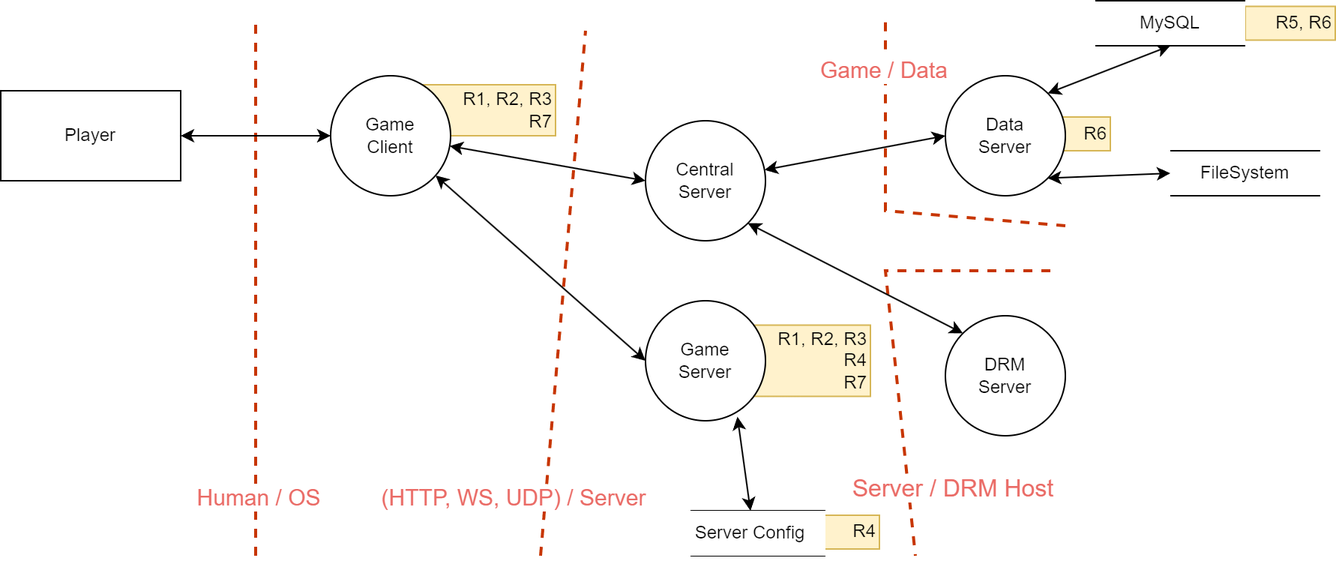
Earlier version of the draw.io export fps/dfd_with_resources.drawio.png (magley/game-threat-model). Source tidied: cells renumbered, new cells last; positions are measured from the earlier drawing's top-left corner, leaving out a move shared by most shapes.
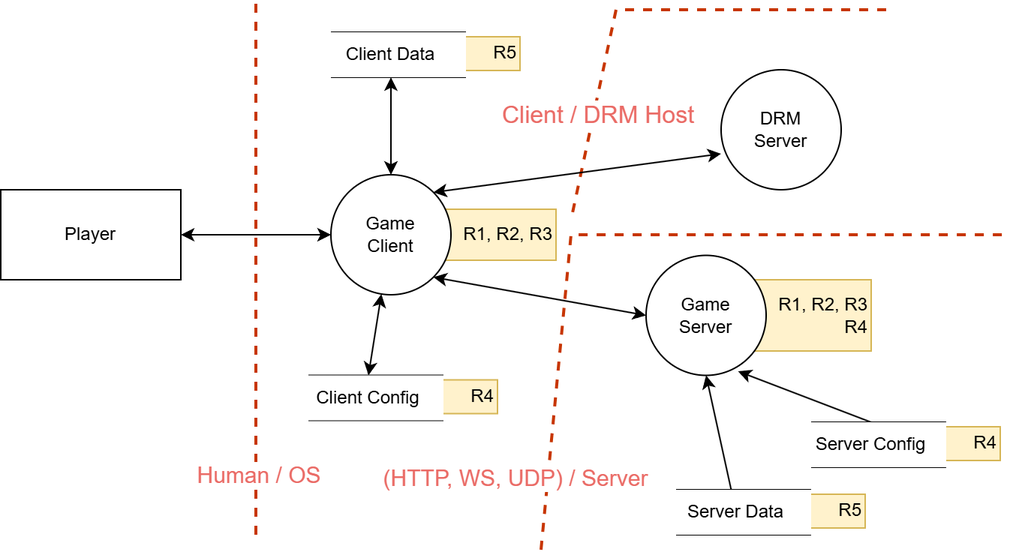
Later version of the same file.

The edit, as a diff of the source:
```diff
@@ -2,166 +2,147 @@
   <root>
     <mxCell id="0" />
     <mxCell id="1" parent="0" />
-    <mxCell id="2" value="&lt;div&gt;R6&lt;/div&gt;" style="rounded=0;whiteSpace=wrap;html=1;align=right;fillColor=#fff2cc;strokeColor=#d6b656;" parent="1" vertex="1">
-      <mxGeometry x="680" y="77.5" width="60" height="22.5" as="geometry" />
+    <mxCell id="2" value="R1, R2, R3" style="rounded=0;whiteSpace=wrap;html=1;align=right;fillColor=#fff2cc;strokeColor=#d6b656;direction=east;" parent="1" vertex="1">
+      <mxGeometry x="280" y="153" width="90" height="34" as="geometry" />
     </mxCell>
-    <mxCell id="3" value="&lt;div&gt;R5, R6&lt;/div&gt;" style="rounded=0;whiteSpace=wrap;html=1;align=right;fillColor=#fff2cc;strokeColor=#d6b656;" parent="1" vertex="1">
-      <mxGeometry x="830" y="3.8" width="60" height="22.5" as="geometry" />
+    <mxCell id="3" value="R1, R2, R3&lt;div&gt;R4&lt;/div&gt;" style="rounded=0;whiteSpace=wrap;html=1;align=right;fillColor=#fff2cc;strokeColor=#d6b656;" parent="1" vertex="1">
+      <mxGeometry x="490" y="200" width="90" height="47.5" as="geometry" />
     </mxCell>
-    <mxCell id="4" value="R1, R2, R3&lt;div&gt;R7&lt;/div&gt;" style="rounded=0;whiteSpace=wrap;html=1;align=right;fillColor=#fff2cc;strokeColor=#d6b656;direction=east;" parent="1" vertex="1">
-      <mxGeometry x="280" y="56" width="90" height="34" as="geometry" />
+    <mxCell id="4" style="endArrow=none;dashed=1;html=1;strokeWidth=2;rounded=0;fillColor=#fa6800;strokeColor=#C73500;" parent="1" edge="1">
+      <mxGeometry relative="1" as="geometry">
+        <mxPoint x="590" y="20" as="sourcePoint" />
+        <mxPoint x="380" y="160" as="targetPoint" />
+        <Array as="points">
+          <mxPoint x="410" y="20" />
+        </Array>
+      </mxGeometry>
     </mxCell>
-    <mxCell id="5" value="R1, R2, R3&lt;div&gt;R4&lt;/div&gt;&lt;div&gt;R7&lt;/div&gt;" style="rounded=0;whiteSpace=wrap;html=1;align=right;fillColor=#fff2cc;strokeColor=#d6b656;" parent="1" vertex="1">
-      <mxGeometry x="490" y="216.2" width="90" height="47.5" as="geometry" />
+    <mxCell id="5" value="&lt;font color=&quot;#ea6b66&quot; style=&quot;font-size: 16px;&quot;&gt;Client / DRM Host&lt;/font&gt;" style="edgeLabel;html=1;align=center;verticalAlign=middle;" parent="4" vertex="1">
+      <mxGeometry x="0.47" relative="1" as="geometry">
+        <mxPoint y="13" as="offset" />
+      </mxGeometry>
     </mxCell>
     <mxCell id="6" style="endArrow=none;dashed=1;html=1;strokeWidth=2;rounded=0;fillColor=#fa6800;strokeColor=#C73500;" parent="1" edge="1">
       <mxGeometry relative="1" as="geometry">
-        <mxPoint x="700" y="180" as="sourcePoint" />
-        <mxPoint x="610" y="370" as="targetPoint" />
-        <Array as="points">
-          <mxPoint x="590" y="180" />
-        </Array>
+        <mxPoint x="170" y="370" as="sourcePoint" />
+        <mxPoint x="170" y="15" as="targetPoint" />
       </mxGeometry>
     </mxCell>
-    <mxCell id="7" value="&lt;font color=&quot;#ea6b66&quot; style=&quot;font-size: 16px;&quot;&gt;Server / DRM Host&lt;/font&gt;" style="edgeLabel;html=1;align=center;verticalAlign=middle;" parent="6" vertex="1">
-      <mxGeometry x="0.47" relative="1" as="geometry">
-        <mxPoint x="33" y="33" as="offset" />
+    <mxCell id="7" value="&lt;font style=&quot;font-size: 15px;&quot; color=&quot;#ea6b66&quot;&gt;Human / OS&lt;/font&gt;" style="edgeLabel;html=1;align=center;verticalAlign=middle;" parent="6" vertex="1">
+      <mxGeometry x="-0.81" y="-1" relative="1" as="geometry">
+        <mxPoint y="-7" as="offset" />
       </mxGeometry>
     </mxCell>
     <mxCell id="8" style="endArrow=none;dashed=1;html=1;strokeWidth=2;rounded=0;fillColor=#fa6800;strokeColor=#C73500;" parent="1" edge="1">
       <mxGeometry relative="1" as="geometry">
-        <mxPoint x="710" y="150" as="sourcePoint" />
-        <mxPoint x="590" y="10" as="targetPoint" />
+        <mxPoint x="360" y="380" as="sourcePoint" />
+        <mxPoint x="670" y="170" as="targetPoint" />
         <Array as="points">
-          <mxPoint x="590" y="140" />
+          <mxPoint x="380" y="170" />
         </Array>
       </mxGeometry>
     </mxCell>
-    <mxCell id="9" value="&lt;font style=&quot;font-size: 15px;&quot; color=&quot;#ea6b66&quot;&gt;Game / Data&lt;/font&gt;" style="edgeLabel;html=1;align=center;verticalAlign=middle;" parent="8" vertex="1">
-      <mxGeometry x="0.71" y="2" relative="1" as="geometry">
-        <mxPoint y="-1" as="offset" />
+    <mxCell id="9" value="&lt;font style=&quot;font-size: 15px;&quot; color=&quot;#ea6b66&quot;&gt;(HTTP, WS, UDP) / Server&lt;/font&gt;" style="edgeLabel;html=1;align=center;verticalAlign=middle;" parent="8" vertex="1">
+      <mxGeometry x="-0.88" y="-1" relative="1" as="geometry">
+        <mxPoint x="-21" y="-20" as="offset" />
       </mxGeometry>
     </mxCell>
-    <mxCell id="10" style="endArrow=none;dashed=1;html=1;strokeWidth=2;rounded=0;fillColor=#fa6800;strokeColor=#C73500;" parent="1" edge="1">
-      <mxGeometry relative="1" as="geometry">
-        <mxPoint x="170" y="370" as="sourcePoint" />
-        <mxPoint x="170" y="15" as="targetPoint" />
-      </mxGeometry>
+    <mxCell id="10" style="rounded=0;jettySize=auto;html=1;entryX=0;entryY=0.5;entryDx=0;entryDy=0;startArrow=classic;startFill=1;exitX=1;exitY=1;exitDx=0;exitDy=0;" parent="1" edge="1" source="13" target="17">
+      <mxGeometry relative="1" as="geometry" />
     </mxCell>
-    <mxCell id="11" value="&lt;font style=&quot;font-size: 15px;&quot; color=&quot;#ea6b66&quot;&gt;Human / OS&lt;/font&gt;" style="edgeLabel;html=1;align=center;verticalAlign=middle;" parent="10" vertex="1">
-      <mxGeometry x="-0.81" y="-1" relative="1" as="geometry">
-        <mxPoint y="-7" as="offset" />
-      </mxGeometry>
+    <mxCell id="11" style="rounded=0;jettySize=auto;html=1;entryX=0.5;entryY=1;entryDx=0;entryDy=0;startArrow=classic;startFill=1;" parent="1" edge="1" source="13" target="28">
+      <mxGeometry relative="1" as="geometry" />
     </mxCell>
-    <mxCell id="12" style="endArrow=none;dashed=1;html=1;strokeWidth=2;rounded=0;fillColor=#fa6800;strokeColor=#C73500;" parent="1" edge="1">
-      <mxGeometry relative="1" as="geometry">
-        <mxPoint x="360" y="370" as="sourcePoint" />
-        <mxPoint x="390" y="20" as="targetPoint" />
-      </mxGeometry>
+    <mxCell id="12" style="rounded=0;jettySize=auto;html=1;entryX=0.5;entryY=0;entryDx=0;entryDy=0;startArrow=classic;startFill=1;" parent="1" edge="1" source="13" target="24">
+      <mxGeometry relative="1" as="geometry" />
     </mxCell>
-    <mxCell id="13" value="&lt;font style=&quot;font-size: 15px;&quot; color=&quot;#ea6b66&quot;&gt;(HTTP, WS, UDP) / Server&lt;/font&gt;" style="edgeLabel;html=1;align=center;verticalAlign=middle;points=[];" parent="12" vertex="1">
-      <mxGeometry x="-0.88" y="-1" relative="1" as="geometry">
-        <mxPoint x="-21" y="-20" as="offset" />
-      </mxGeometry>
+    <mxCell id="13" value="Game&lt;div&gt;Client&lt;/div&gt;" style="ellipse;whiteSpace=wrap;html=1;" parent="1" vertex="1">
+      <mxGeometry x="220" y="130" width="80" height="80" as="geometry" />
     </mxCell>
-    <mxCell id="14" style="rounded=0;jettySize=auto;html=1;entryX=0;entryY=0.5;entryDx=0;entryDy=0;startArrow=classic;startFill=1;" parent="1" edge="1" source="16" target="24">
+    <mxCell id="14" style="rounded=0;jettySize=auto;html=1;entryX=0;entryY=0.5;entryDx=0;entryDy=0;startArrow=classic;startFill=1;" parent="1" edge="1" source="15" target="13">
       <mxGeometry relative="1" as="geometry" />
     </mxCell>
-    <mxCell id="15" style="rounded=0;jettySize=auto;html=1;entryX=0;entryY=0.5;entryDx=0;entryDy=0;startArrow=classic;startFill=1;" parent="1" edge="1" source="16" target="20">
-      <mxGeometry relative="1" as="geometry" />
+    <mxCell id="15" value="Player" style="rounded=0;whiteSpace=wrap;html=1;" parent="1" vertex="1">
+      <mxGeometry y="140" width="120" height="60" as="geometry" />
     </mxCell>
-    <mxCell id="16" value="Game&lt;div&gt;Client&lt;/div&gt;" style="ellipse;whiteSpace=wrap;html=1;" parent="1" vertex="1">
-      <mxGeometry x="220" y="50" width="80" height="80" as="geometry" />
+    <mxCell id="16" style="rounded=0;jettySize=auto;html=1;exitX=0.766;exitY=0.966;exitDx=0;exitDy=0;entryX=0.5;entryY=0;entryDx=0;entryDy=0;exitPerimeter=0;startArrow=classic;startFill=1;endArrow=none;endFill=0;" parent="1" edge="1" source="17" target="36">
+      <mxGeometry relative="1" as="geometry" />
     </mxCell>
-    <mxCell id="17" style="rounded=0;jettySize=auto;html=1;entryX=0;entryY=0.5;entryDx=0;entryDy=0;startArrow=classic;startFill=1;" parent="1" edge="1" source="18" target="16">
-      <mxGeometry relative="1" as="geometry" />
+    <mxCell id="17" value="Game&lt;div&gt;Server&lt;/div&gt;" style="ellipse;whiteSpace=wrap;html=1;" parent="1" vertex="1">
+      <mxGeometry x="430" y="183.8" width="80" height="80" as="geometry" />
     </mxCell>
-    <mxCell id="18" value="Player" style="rounded=0;whiteSpace=wrap;html=1;" parent="1" vertex="1">
-      <mxGeometry y="60" width="120" height="60" as="geometry" />
+    <mxCell id="18" value="DRM&lt;div&gt;Server&lt;/div&gt;" style="ellipse;whiteSpace=wrap;html=1;" parent="1" vertex="1">
+      <mxGeometry x="480" y="60" width="80" height="80" as="geometry" />
     </mxCell>
-    <mxCell id="19" style="rounded=0;jettySize=auto;html=1;exitX=0.766;exitY=0.966;exitDx=0;exitDy=0;entryX=0.5;entryY=0;entryDx=0;entryDy=0;exitPerimeter=0;startArrow=classic;startFill=1;" parent="1" edge="1" source="20" target="32">
+    <mxCell id="19" style="rounded=0;jettySize=auto;html=1;exitX=1;exitY=0;exitDx=0;exitDy=0;entryX=0;entryY=0.7;entryDx=0;entryDy=0;startArrow=classic;startFill=1;entryPerimeter=0;" parent="1" edge="1" source="13" target="18">
       <mxGeometry relative="1" as="geometry" />
     </mxCell>
-    <mxCell id="20" value="Game&lt;div&gt;Server&lt;/div&gt;" style="ellipse;whiteSpace=wrap;html=1;" parent="1" vertex="1">
-      <mxGeometry x="430" y="200" width="80" height="80" as="geometry" />
+    <mxCell id="20" style="rounded=0;jettySize=auto;html=1;entryX=0.5;entryY=1;entryDx=0;entryDy=0;" parent="1" edge="1" source="32" target="17">
+      <mxGeometry relative="1" as="geometry" />
     </mxCell>
-    <mxCell id="21" value="DRM&lt;div&gt;Server&lt;/div&gt;" style="ellipse;whiteSpace=wrap;html=1;" parent="1" vertex="1">
-      <mxGeometry x="630" y="210" width="80" height="80" as="geometry" />
+    <mxCell id="21" value="&lt;div&gt;R4&lt;/div&gt;" style="rounded=0;whiteSpace=wrap;html=1;align=right;fillColor=#fff2cc;strokeColor=#d6b656;" parent="1" vertex="1">
+      <mxGeometry x="241" y="266.8" width="90" height="22.5" as="geometry" />
     </mxCell>
-    <mxCell id="22" style="rounded=0;jettySize=auto;html=1;entryX=0;entryY=0.5;entryDx=0;entryDy=0;startArrow=classic;startFill=1;" parent="1" edge="1" source="24" target="27">
-      <mxGeometry relative="1" as="geometry" />
+    <mxCell id="22" style="endArrow=none;html=1;rounded=0;entryX=1;entryY=0;entryDx=0;entryDy=0;" parent="1" edge="1" target="24">
+      <mxGeometry relative="1" as="geometry">
+        <mxPoint x="205" y="263.8" as="sourcePoint" />
+      </mxGeometry>
     </mxCell>
-    <mxCell id="23" style="rounded=0;jettySize=auto;html=1;exitX=1;exitY=1;exitDx=0;exitDy=0;entryX=0;entryY=0;entryDx=0;entryDy=0;startArrow=classic;startFill=1;" parent="1" edge="1" source="24" target="21">
-      <mxGeometry relative="1" as="geometry" />
+    <mxCell id="23" style="endArrow=none;html=1;rounded=0;entryX=1;entryY=1;entryDx=0;entryDy=0;" parent="1" edge="1" target="24">
+      <mxGeometry relative="1" as="geometry">
+        <mxPoint x="205" y="293.8" as="sourcePoint" />
+      </mxGeometry>
     </mxCell>
-    <mxCell id="24" value="Central&lt;div&gt;Server&lt;/div&gt;" style="ellipse;whiteSpace=wrap;html=1;" parent="1" vertex="1">
-      <mxGeometry x="430" y="80" width="80" height="80" as="geometry" />
+    <mxCell id="24" value="Client Config" style="text;html=1;align=center;verticalAlign=middle;whiteSpace=wrap;rounded=0;fillColor=default;" parent="1" vertex="1">
+      <mxGeometry x="195" y="263.8" width="100" height="30" as="geometry" />
     </mxCell>
-    <mxCell id="25" style="rounded=0;jettySize=auto;html=1;entryX=0.5;entryY=1;entryDx=0;entryDy=0;exitX=1;exitY=0;exitDx=0;exitDy=0;startArrow=classic;startFill=1;" parent="1" edge="1" source="27">
-      <mxGeometry relative="1" as="geometry">
-        <mxPoint x="780" y="30" as="targetPoint" />
-      </mxGeometry>
+    <mxCell id="25" value="&lt;div&gt;R5&lt;/div&gt;" style="rounded=0;whiteSpace=wrap;html=1;align=right;fillColor=#fff2cc;strokeColor=#d6b656;" parent="1" vertex="1">
+      <mxGeometry x="256" y="38" width="90" height="22.5" as="geometry" />
     </mxCell>
-    <mxCell id="26" style="rounded=0;jettySize=auto;html=1;exitX=1;exitY=1;exitDx=0;exitDy=0;entryX=0;entryY=0.5;entryDx=0;entryDy=0;startArrow=classic;startFill=1;" parent="1" edge="1" source="27" target="40">
-      <mxGeometry relative="1" as="geometry" />
+    <mxCell id="26" style="endArrow=none;html=1;rounded=0;entryX=1;entryY=0;entryDx=0;entryDy=0;" parent="1" edge="1" target="28">
+      <mxGeometry relative="1" as="geometry">
+        <mxPoint x="220" y="35" as="sourcePoint" />
+      </mxGeometry>
     </mxCell>
-    <mxCell id="27" value="Data&lt;div&gt;Server&lt;/div&gt;" style="ellipse;whiteSpace=wrap;html=1;" parent="1" vertex="1">
-      <mxGeometry x="630" y="50" width="80" height="80" as="geometry" />
+    <mxCell id="27" style="endArrow=none;html=1;rounded=0;entryX=1;entryY=1;entryDx=0;entryDy=0;" parent="1" edge="1" target="28">
+      <mxGeometry relative="1" as="geometry">
+        <mxPoint x="220" y="65" as="sourcePoint" />
+      </mxGeometry>
     </mxCell>
-    <mxCell id="28" style="group;" parent="1" vertex="1">
-      <mxGeometry x="460" y="340" width="140" height="45" as="geometry" />
+    <mxCell id="28" value="Client Data" style="text;html=1;align=center;verticalAlign=middle;whiteSpace=wrap;rounded=0;fillColor=default;" parent="1" vertex="1">
+      <mxGeometry x="210" y="35" width="100" height="30" as="geometry" />
     </mxCell>
-    <mxCell id="29" value="&lt;div&gt;R4&lt;/div&gt;" style="rounded=0;whiteSpace=wrap;html=1;align=right;fillColor=#fff2cc;strokeColor=#d6b656;" parent="28" vertex="1">
-      <mxGeometry x="36" y="3" width="90" height="22.5" as="geometry" />
+    <mxCell id="29" value="&lt;div&gt;R5&lt;/div&gt;" style="rounded=0;whiteSpace=wrap;html=1;align=right;fillColor=#fff2cc;strokeColor=#d6b656;" parent="1" vertex="1">
+      <mxGeometry x="486" y="343" width="90" height="22.5" as="geometry" />
     </mxCell>
-    <mxCell id="30" style="endArrow=none;html=1;rounded=0;entryX=1;entryY=0;entryDx=0;entryDy=0;" parent="28" edge="1" target="32">
+    <mxCell id="30" style="endArrow=none;html=1;rounded=0;entryX=1;entryY=0;entryDx=0;entryDy=0;" parent="1" edge="1" target="32">
       <mxGeometry relative="1" as="geometry">
-        <mxPoint as="sourcePoint" />
+        <mxPoint x="450" y="340" as="sourcePoint" />
       </mxGeometry>
     </mxCell>
-    <mxCell id="31" style="endArrow=none;html=1;rounded=0;entryX=1;entryY=1;entryDx=0;entryDy=0;" parent="28" edge="1" target="32">
+    <mxCell id="31" style="endArrow=none;html=1;rounded=0;entryX=1;entryY=1;entryDx=0;entryDy=0;" parent="1" edge="1" target="32">
       <mxGeometry relative="1" as="geometry">
-        <mxPoint y="30" as="sourcePoint" />
+        <mxPoint x="450" y="370" as="sourcePoint" />
       </mxGeometry>
     </mxCell>
-    <mxCell id="32" value="Server Config" style="text;html=1;align=center;verticalAlign=middle;whiteSpace=wrap;rounded=0;fillColor=default;" parent="28" vertex="1">
-      <mxGeometry x="-10" width="100" height="30" as="geometry" />
+    <mxCell id="32" value="Server Data" style="text;html=1;align=center;verticalAlign=middle;whiteSpace=wrap;rounded=0;fillColor=default;" parent="1" vertex="1">
+      <mxGeometry x="440" y="340" width="100" height="30" as="geometry" />
     </mxCell>
-    <mxCell id="33" style="group;fillColor=default;" parent="1" vertex="1">
-      <mxGeometry x="730" width="100" height="30" as="geometry" />
+    <mxCell id="33" value="&lt;div&gt;R4&lt;/div&gt;" style="rounded=0;whiteSpace=wrap;html=1;align=right;fillColor=#fff2cc;strokeColor=#d6b656;" parent="1" vertex="1">
+      <mxGeometry x="576" y="298" width="90" height="22.5" as="geometry" />
     </mxCell>
-    <mxCell id="34" style="endArrow=none;html=1;rounded=0;" parent="33" edge="1">
+    <mxCell id="34" style="endArrow=none;html=1;rounded=0;entryX=1;entryY=0;entryDx=0;entryDy=0;" parent="1" edge="1" target="36">
       <mxGeometry relative="1" as="geometry">
-        <mxPoint as="sourcePoint" />
-        <mxPoint x="100" as="targetPoint" />
+        <mxPoint x="540" y="295" as="sourcePoint" />
       </mxGeometry>
     </mxCell>
-    <mxCell id="35" style="endArrow=none;html=1;rounded=0;" parent="33" edge="1">
+    <mxCell id="35" style="endArrow=none;html=1;rounded=0;entryX=1;entryY=1;entryDx=0;entryDy=0;" parent="1" edge="1" target="36">
       <mxGeometry relative="1" as="geometry">
-        <mxPoint y="30" as="sourcePoint" />
-        <mxPoint x="100" y="30" as="targetPoint" />
+        <mxPoint x="540" y="325" as="sourcePoint" />
       </mxGeometry>
     </mxCell>
-    <mxCell id="36" value="MySQL" style="text;html=1;align=center;verticalAlign=middle;whiteSpace=wrap;rounded=0;" parent="33" vertex="1">
-      <mxGeometry width="100" height="30" as="geometry" />
+    <mxCell id="36" value="Server Config" style="text;html=1;align=center;verticalAlign=middle;whiteSpace=wrap;rounded=0;fillColor=default;" parent="1" vertex="1">
+      <mxGeometry x="530" y="295" width="100" height="30" as="geometry" />
     </mxCell>
-    <mxCell id="37" style="group;fillColor=default;" parent="1" vertex="1">
-      <mxGeometry x="780" y="100" width="100" height="30" as="geometry" />
-    </mxCell>
-    <mxCell id="38" style="endArrow=none;html=1;rounded=0;" parent="37" edge="1">
-      <mxGeometry relative="1" as="geometry">
-        <mxPoint as="sourcePoint" />
-        <mxPoint x="100" as="targetPoint" />
-      </mxGeometry>
-    </mxCell>
-    <mxCell id="39" style="endArrow=none;html=1;rounded=0;" parent="37" edge="1">
-      <mxGeometry relative="1" as="geometry">
-        <mxPoint y="30" as="sourcePoint" />
-        <mxPoint x="100" y="30" as="targetPoint" />
-      </mxGeometry>
-    </mxCell>
-    <mxCell id="40" value="FileSystem" style="text;html=1;align=center;verticalAlign=middle;whiteSpace=wrap;rounded=0;" parent="37" vertex="1">
-      <mxGeometry width="100" height="30" as="geometry" />
-    </mxCell>
   </root>
 </mxGraphModel>
```
